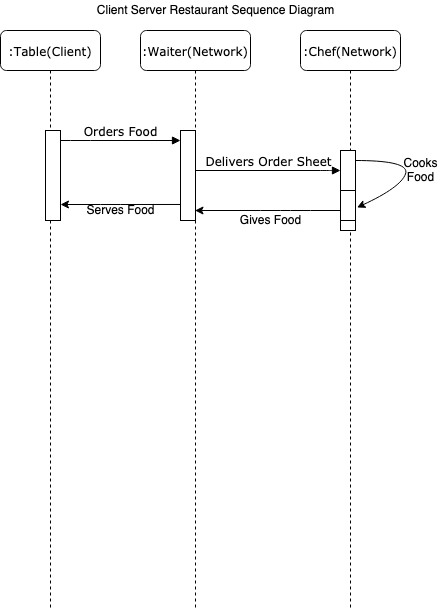
Above: Restaurant Diagram 2.png in obrienam/ClientServerRestaurant (draw.io), before the change. Source tidied: cells renumbered, new cells last; positions are measured from the earlier drawing's top-left corner, leaving out a move shared by most shapes.
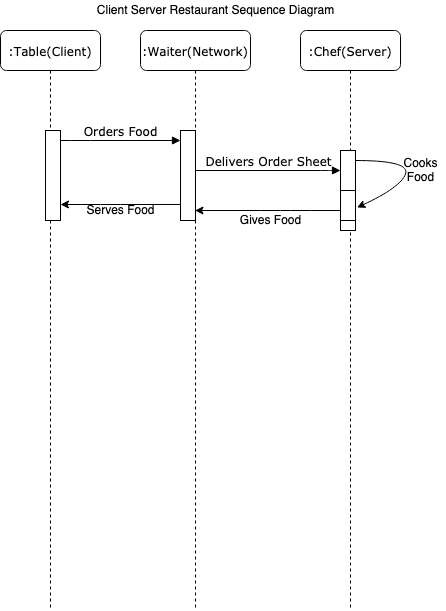
Above is the later version.

Diff of the diagram source:
```diff
@@ -8,7 +8,7 @@
     <mxCell id="3" style="html=1;points=[];perimeter=orthogonalPerimeter;rounded=0;shadow=0;comic=0;labelBackgroundColor=none;strokeWidth=1;fontFamily=Verdana;fontSize=12;align=center;" parent="2" vertex="1">
       <mxGeometry x="40" y="100" width="15" height="90" as="geometry" />
     </mxCell>
-    <mxCell id="4" value=":Chef(Network)" style="shape=umlLifeline;perimeter=lifelinePerimeter;whiteSpace=wrap;html=1;rounded=1;shadow=0;comic=0;labelBackgroundColor=none;strokeWidth=1;fontFamily=Verdana;fontSize=12;align=center;" parent="1" vertex="1">
+    <mxCell id="4" value="&lt;div&gt;:Chef(Server)&lt;/div&gt;" style="shape=umlLifeline;perimeter=lifelinePerimeter;whiteSpace=wrap;html=1;rounded=1;shadow=0;comic=0;labelBackgroundColor=none;strokeWidth=1;fontFamily=Verdana;fontSize=12;align=center;" parent="1" vertex="1">
       <mxGeometry x="300" y="30" width="100" height="580" as="geometry" />
     </mxCell>
     <mxCell id="5" style="html=1;points=[];perimeter=orthogonalPerimeter;rounded=0;shadow=0;comic=0;labelBackgroundColor=none;strokeWidth=1;fontFamily=Verdana;fontSize=12;align=center;" parent="4" vertex="1">
```
